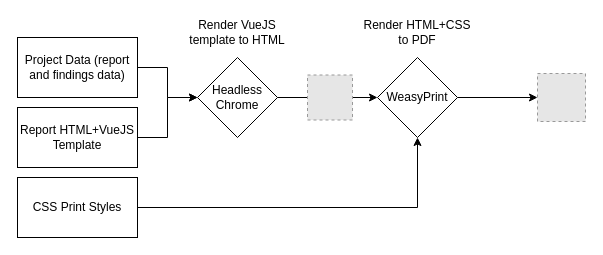
The draw.io diagram docs/docs/images/render-workflow.drawio in Syslifters/sysreptor, before the edit. Source tidied: cells renumbered, new cells numbered last; positions are measured from the earlier drawing's top-left corner, leaving out a move shared by most shapes. Both pictures are drawn from the tidied source at 100%, with x=0, y=0 at pixel (17, 17). Pictures stored in the file or linked from it are replaced by grey dashed boxes.
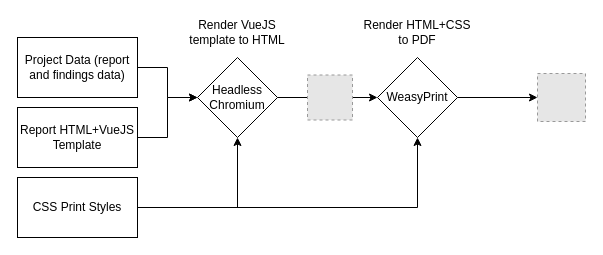
The same page after the edit.

Commit message (it also covers changes not shown here):
Update PDF rendering workflow diagram

What changed in the source:
```diff
@@
 <mxGraphModel>
   <root>
     <mxCell id="0" />
     <mxCell id="1" parent="0" />
     <mxCell id="2" style="edgeStyle=orthogonalEdgeStyle;rounded=0;jettySize=auto;html=1;" parent="1" edge="1" source="3" target="7">
       <mxGeometry relative="1" as="geometry" />
     </mxCell>
     <mxCell id="3" value="Report HTML+VueJS Template" style="rounded=0;whiteSpace=wrap;html=1;" parent="1" vertex="1">
       <mxGeometry y="90" width="120" height="60" as="geometry" />
     </mxCell>
     <mxCell id="4" style="edgeStyle=orthogonalEdgeStyle;rounded=0;jettySize=auto;html=1;" parent="1" edge="1" source="5" target="7">
       <mxGeometry relative="1" as="geometry" />
     </mxCell>
     <mxCell id="5" value="Project Data (report and findings data)" style="rounded=0;whiteSpace=wrap;html=1;" parent="1" vertex="1">
       <mxGeometry y="20" width="120" height="60" as="geometry" />
     </mxCell>
     <mxCell id="6" style="edgeStyle=orthogonalEdgeStyle;rounded=0;jettySize=auto;html=1;entryX=0;entryY=0.5;entryDx=0;entryDy=0;startArrow=none;" parent="1" edge="1" source="16" target="10">
       <mxGeometry relative="1" as="geometry" />
     </mxCell>
-    <mxCell id="7" value="Headless Chrome" style="rhombus;whiteSpace=wrap;html=1;" parent="1" vertex="1">
+    <mxCell id="7" value="Headless Chromium" style="rhombus;whiteSpace=wrap;html=1;" parent="1" vertex="1">
       <mxGeometry x="180" y="40" width="80" height="80" as="geometry" />
     </mxCell>
     <mxCell id="8" value="Render VueJS template to HTML" style="text;html=1;strokeColor=none;fillColor=none;align=center;verticalAlign=middle;whiteSpace=wrap;rounded=0;" parent="1" vertex="1">
       <mxGeometry x="170" width="100" height="30" as="geometry" />
     </mxCell>
     <mxCell id="9" style="edgeStyle=orthogonalEdgeStyle;rounded=0;jettySize=auto;html=1;" parent="1" edge="1" source="10" target="11">
       <mxGeometry relative="1" as="geometry" />
     </mxCell>
     <mxCell id="10" value="WeasyPrint" style="rhombus;whiteSpace=wrap;html=1;" parent="1" vertex="1">
       <mxGeometry x="360" y="40" width="80" height="80" as="geometry" />
     </mxCell>
     <mxCell id="11" style="fillColor=#E6E6E6;strokeColor=#999999;dashed=1;html=1;verticalAlign=top;verticalLabelPosition=bottom;labelBackgroundColor=#ffffff;" parent="1" vertex="1">
       <mxGeometry x="520" y="56" width="48" height="48" as="geometry" />
     </mxCell>
     <mxCell id="12" style="edgeStyle=orthogonalEdgeStyle;rounded=0;jettySize=auto;html=1;entryX=0.5;entryY=1;entryDx=0;entryDy=0;" parent="1" edge="1" source="13" target="10">
       <mxGeometry relative="1" as="geometry" />
     </mxCell>
+    <mxCell id="17" style="edgeStyle=orthogonalEdgeStyle;rounded=0;jettySize=auto;html=1;entryX=0.5;entryY=1;entryDx=0;entryDy=0;" parent="1" edge="1" source="13" target="7">
+      <mxGeometry relative="1" as="geometry" />
+    </mxCell>
     <mxCell id="13" value="CSS Print Styles" style="rounded=0;whiteSpace=wrap;html=1;" parent="1" vertex="1">
       <mxGeometry y="160" width="120" height="60" as="geometry" />
     </mxCell>
     <mxCell id="14" value="Render HTML+CSS to PDF" style="text;html=1;strokeColor=none;fillColor=none;align=center;verticalAlign=middle;whiteSpace=wrap;rounded=0;labelBackgroundColor=default;fontColor=default;" parent="1" vertex="1">
       <mxGeometry x="345" width="110" height="30" as="geometry" />
     </mxCell>
     <mxCell id="15" style="edgeStyle=orthogonalEdgeStyle;rounded=0;jettySize=auto;html=1;endArrow=none;" parent="1" edge="1" source="7" target="16">
       <mxGeometry relative="1" as="geometry" />
     </mxCell>
     <mxCell id="16" style="fillColor=#E6E6E6;strokeColor=#999999;dashed=1;html=1;verticalAlign=top;verticalLabelPosition=bottom;labelBackgroundColor=#ffffff;fontColor=default;" parent="1" vertex="1">
       <mxGeometry x="290" y="57.5" width="45" height="45" as="geometry" />
     </mxCell>
   </root>
 </mxGraphModel>
```
